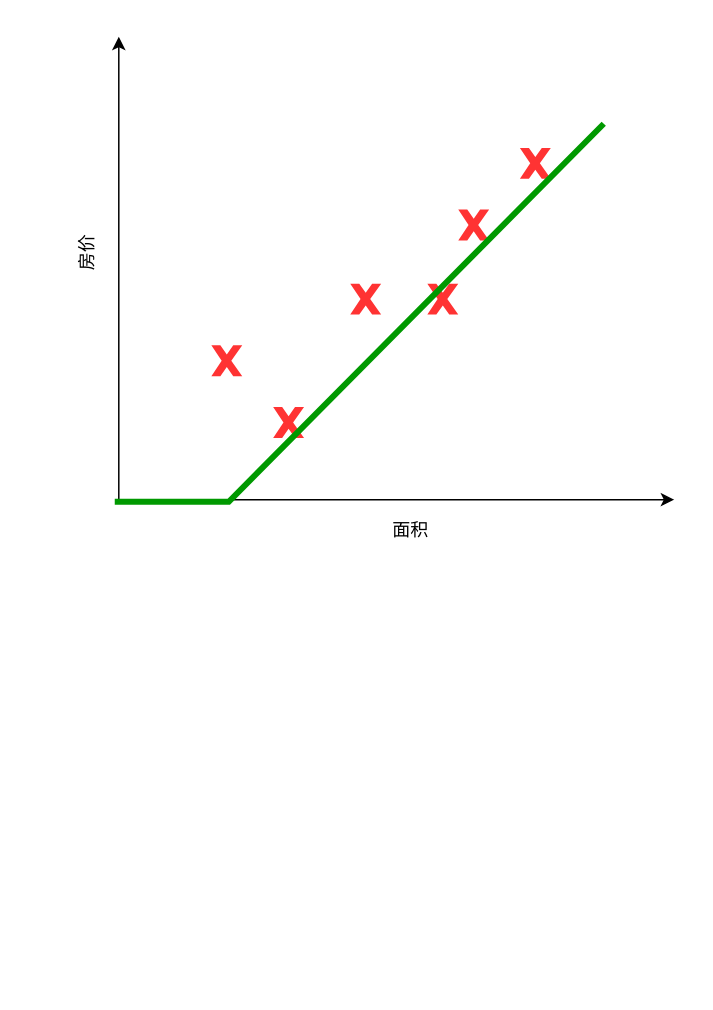
Earlier version of the draw.io diagram workshop0/assets/HousingPrice.dio (hchen13/ai_workshops). Source tidied: cells renumbered, new cells numbered last; positions are measured from the earlier drawing's top-left corner, leaving out a move shared by most shapes. Both pictures are drawn from the tidied source at 150%, with x=0, y=0 at pixel (26, 36).
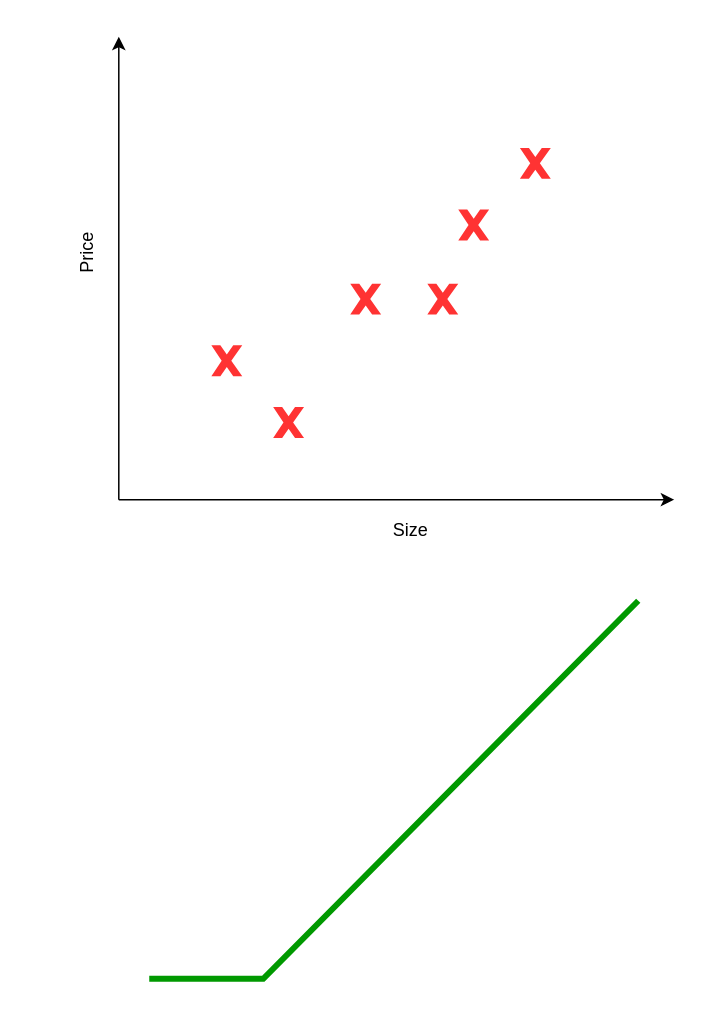
The same page after the edit.

What changed in the source:
```diff
@@
 <mxGraphModel background="#ffffff">
   <root>
     <mxCell id="0" />
     <mxCell id="1" parent="0" />
-    <mxCell id="2" style="group;" parent="1" vertex="1">
-      <mxGeometry width="432" height="360" as="geometry" />
-    </mxCell>
-    <mxCell id="3" style="endArrow=classic;html=1;" parent="2" edge="1">
+    <mxCell id="3" style="endArrow=classic;html=1;" parent="1" edge="1">
       <mxGeometry relative="1" as="geometry">
         <mxPoint x="61.7" y="308.6" as="sourcePoint" />
         <mxPoint x="61.7" as="targetPoint" />
       </mxGeometry>
     </mxCell>
-    <mxCell id="4" style="endArrow=classic;html=1;" parent="2" edge="1">
+    <mxCell id="4" style="endArrow=classic;html=1;" parent="1" edge="1">
       <mxGeometry relative="1" as="geometry">
         <mxPoint x="61.7" y="308.6" as="sourcePoint" />
         <mxPoint x="432" y="308.6" as="targetPoint" />
       </mxGeometry>
     </mxCell>
-    <mxCell id="5" value="面积&lt;br&gt;" style="text;html=1;strokeColor=none;fillColor=none;align=center;verticalAlign=middle;whiteSpace=wrap;rounded=0;" parent="2" vertex="1">
+    <mxCell id="5" value="Size" style="text;html=1;strokeColor=none;fillColor=none;align=center;verticalAlign=middle;whiteSpace=wrap;rounded=0;" parent="1" vertex="1">
       <mxGeometry x="195.4" y="298.3" width="123.4" height="61.7" as="geometry" />
     </mxCell>
-    <mxCell id="6" value="房价" style="text;html=1;strokeColor=none;fillColor=none;align=center;verticalAlign=middle;whiteSpace=wrap;rounded=0;rotation=-90;" parent="2" vertex="1">
+    <mxCell id="6" value="Price" style="text;html=1;strokeColor=none;fillColor=none;align=center;verticalAlign=middle;whiteSpace=wrap;rounded=0;rotation=-90;" parent="1" vertex="1">
       <mxGeometry y="123.4" width="82.3" height="41.1" as="geometry" />
     </mxCell>
-    <mxCell id="7" style="shape=mxgraph.basic.x;whiteSpace=wrap;html=1;fillColor=#FF3333;strokeColor=none;strokeWidth=2;gradientColor=none;" parent="2" vertex="1">
+    <mxCell id="7" style="shape=mxgraph.basic.x;whiteSpace=wrap;html=1;fillColor=#FF3333;strokeColor=none;strokeWidth=2;gradientColor=none;" parent="1" vertex="1">
       <mxGeometry x="164.6" y="246.9" width="20.6" height="20.6" as="geometry" />
     </mxCell>
-    <mxCell id="8" style="shape=mxgraph.basic.x;whiteSpace=wrap;html=1;fillColor=#FF3333;strokeColor=none;strokeWidth=2;gradientColor=none;" parent="2" vertex="1">
+    <mxCell id="8" style="shape=mxgraph.basic.x;whiteSpace=wrap;html=1;fillColor=#FF3333;strokeColor=none;strokeWidth=2;gradientColor=none;" parent="1" vertex="1">
       <mxGeometry x="123.4" y="205.7" width="20.6" height="20.6" as="geometry" />
     </mxCell>
-    <mxCell id="9" style="shape=mxgraph.basic.x;whiteSpace=wrap;html=1;fillColor=#FF3333;strokeColor=none;strokeWidth=2;gradientColor=none;" parent="2" vertex="1">
+    <mxCell id="9" style="shape=mxgraph.basic.x;whiteSpace=wrap;html=1;fillColor=#FF3333;strokeColor=none;strokeWidth=2;gradientColor=none;" parent="1" vertex="1">
       <mxGeometry x="216" y="164.6" width="20.6" height="20.6" as="geometry" />
     </mxCell>
-    <mxCell id="10" style="shape=mxgraph.basic.x;whiteSpace=wrap;html=1;fillColor=#FF3333;strokeColor=none;strokeWidth=2;gradientColor=none;" parent="2" vertex="1">
+    <mxCell id="10" style="shape=mxgraph.basic.x;whiteSpace=wrap;html=1;fillColor=#FF3333;strokeColor=none;strokeWidth=2;gradientColor=none;" parent="1" vertex="1">
       <mxGeometry x="267.4" y="164.6" width="20.6" height="20.6" as="geometry" />
     </mxCell>
-    <mxCell id="11" style="shape=mxgraph.basic.x;whiteSpace=wrap;html=1;fillColor=#FF3333;strokeColor=none;strokeWidth=2;gradientColor=none;" parent="2" vertex="1">
+    <mxCell id="11" style="shape=mxgraph.basic.x;whiteSpace=wrap;html=1;fillColor=#FF3333;strokeColor=none;strokeWidth=2;gradientColor=none;" parent="1" vertex="1">
       <mxGeometry x="288" y="115.2" width="20.6" height="20.6" as="geometry" />
     </mxCell>
-    <mxCell id="12" style="shape=mxgraph.basic.x;whiteSpace=wrap;html=1;fillColor=#FF3333;strokeColor=none;strokeWidth=2;gradientColor=none;" parent="2" vertex="1">
+    <mxCell id="12" style="shape=mxgraph.basic.x;whiteSpace=wrap;html=1;fillColor=#FF3333;strokeColor=none;strokeWidth=2;gradientColor=none;" parent="1" vertex="1">
       <mxGeometry x="329.1" y="74.1" width="20.6" height="20.6" as="geometry" />
     </mxCell>
-    <mxCell id="13" style="endArrow=none;html=1;strokeWidth=4;strokeColor=#009900;rounded=0;" parent="2" edge="1">
+    <mxCell id="13" style="endArrow=none;html=1;strokeWidth=4;strokeColor=#009900;rounded=0;" parent="1" edge="1">
       <mxGeometry relative="1" as="geometry">
-        <mxPoint x="59" y="310" as="sourcePoint" />
-        <mxPoint x="385" y="58" as="targetPoint" />
+        <mxPoint x="82" y="628" as="sourcePoint" />
+        <mxPoint x="408" y="376" as="targetPoint" />
         <Array as="points">
-          <mxPoint x="135" y="310" />
+          <mxPoint x="158" y="628" />
         </Array>
       </mxGeometry>
     </mxCell>
   </root>
 </mxGraphModel>
```
